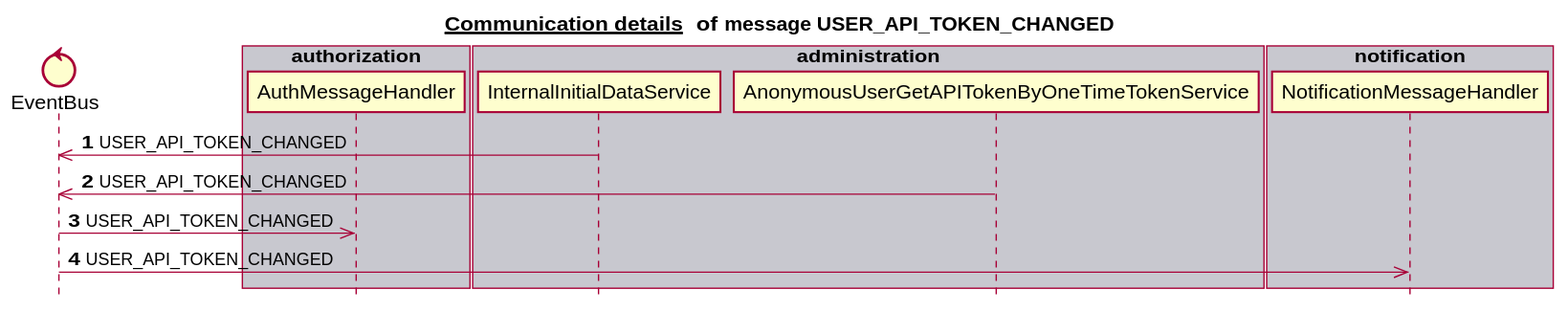
mercedes-benz/sechub keeps this PlantUML diagram as docs/latest/images/gen_domain_messaging_user_api_token_changed.svg. Above is the earlier version.
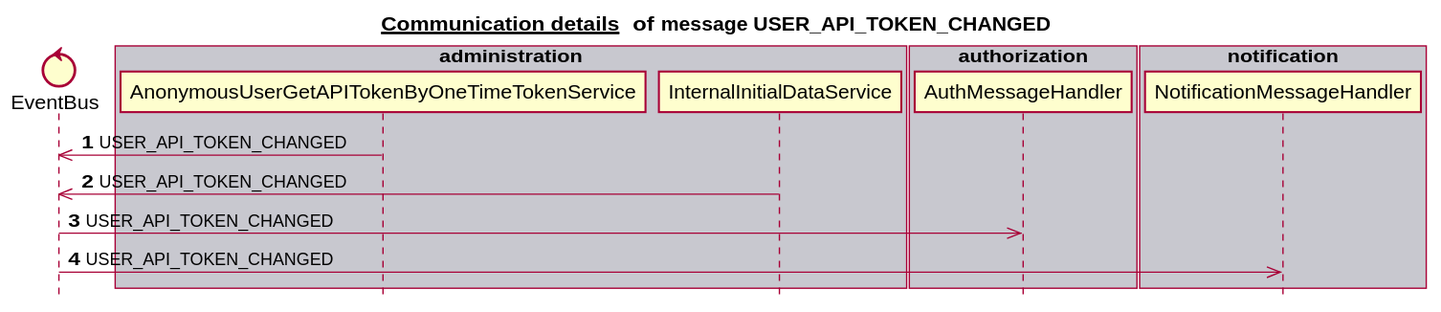
Later version of the same file.

Change to the diagram source:
```diff
@@ -6,23 +6,23 @@
 
 
 control EventBus
+box "administration" #C8C8CF
+   participant AnonymousUserGetAPITokenByOneTimeTokenService
+   participant InternalInitialDataService
+end box
+box "schedule" #F8F8FF
+end box
 box "authorization" #C8C8CF
    participant AuthMessageHandler
 end box
 box "scan" #F8F8FF
 end box
-box "administration" #C8C8CF
-   participant InternalInitialDataService
-   participant AnonymousUserGetAPITokenByOneTimeTokenService
-end box
-box "schedule" #F8F8FF
-end box
 box "notification" #C8C8CF
    participant NotificationMessageHandler
 end box
 autonumber 1
+AnonymousUserGetAPITokenByOneTimeTokenService ->> EventBus:USER_API_TOKEN_CHANGED
 InternalInitialDataService ->> EventBus:USER_API_TOKEN_CHANGED
-AnonymousUserGetAPITokenByOneTimeTokenService ->> EventBus:USER_API_TOKEN_CHANGED
 EventBus ->> AuthMessageHandler:USER_API_TOKEN_CHANGED
 EventBus ->> NotificationMessageHandler:USER_API_TOKEN_CHANGED
 autonumber stop
```
